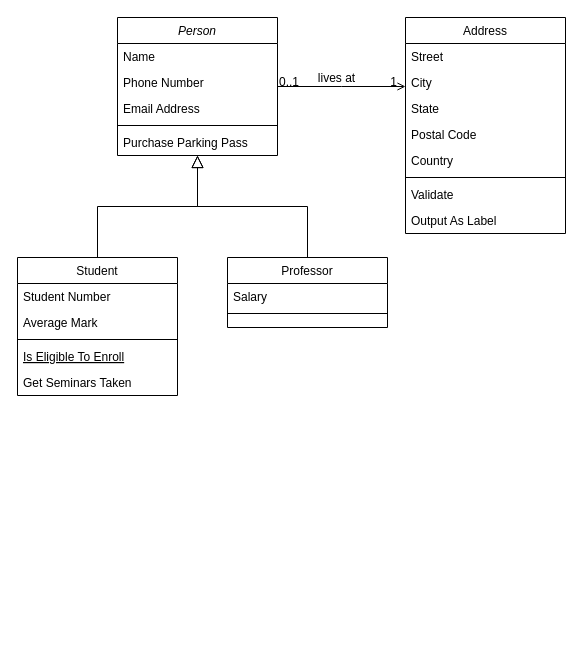
SSWU-light-2021/kiosk_UML keeps this draw.io diagram as 클래스다이어그램.drawio. Above is the earlier version. Source tidied: cells renumbered, new cells numbered last; positions are measured from the earlier drawing's top-left corner, leaving out a move shared by most shapes. Both pictures are drawn from the tidied source at 100%, with x=0, y=0 at pixel (17, 17).
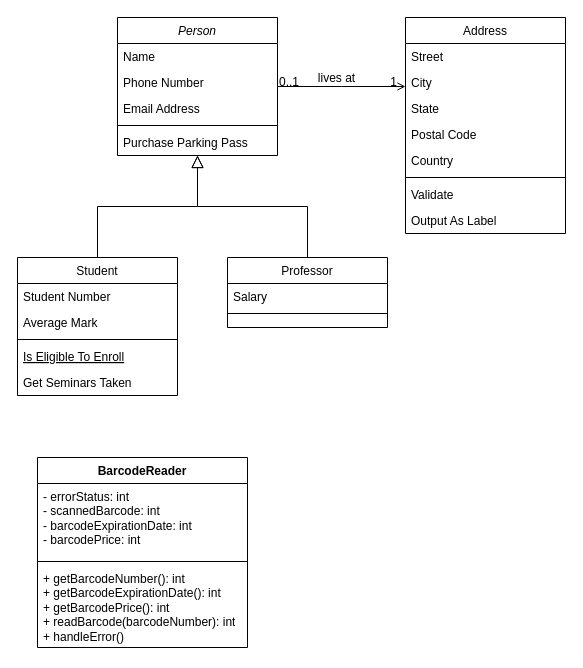
Above is the later version.

Commit message:
클래스다이어그램.drawio 업데이트

Diff of the diagram source:
```diff
@@
+    <mxCell id="32" value="BarcodeReader" style="swimlane;fontStyle=1;align=center;verticalAlign=top;horizontal=1;startSize=26;whiteSpace=wrap;html=1;" parent="1" vertex="1">
+      <mxGeometry x="20" y="440" width="210" height="190" as="geometry" />
+    </mxCell>
+    <mxCell id="33" value="- errorStatus: int&lt;br&gt;- scannedBarcode: int&lt;br&gt;- barcodeExpirationDate: int&lt;br&gt;- barcodePrice: int" style="text;strokeColor=none;fillColor=none;align=left;verticalAlign=top;spacingLeft=4;spacingRight=4;overflow=hidden;whiteSpace=wrap;html=1;" parent="32" vertex="1">
+      <mxGeometry y="26" width="210" height="74" as="geometry" />
+    </mxCell>
+    <mxCell id="34" style="line;strokeWidth=1;fillColor=none;align=left;verticalAlign=middle;spacingTop=-1;spacingLeft=3;spacingRight=3;labelPosition=right;strokeColor=inherit;" parent="32" vertex="1">
+      <mxGeometry y="100" width="210" height="8" as="geometry" />
+    </mxCell>
+    <mxCell id="35" value="+ getBarcodeNumber(): int&lt;br&gt;+ getBarcodeExpirationDate(): int&lt;br&gt;+ getBarcodePrice(): int&lt;br&gt;+ readBarcode(barcodeNumber): int&lt;br&gt;+ handleError()" style="text;strokeColor=none;fillColor=none;align=left;verticalAlign=top;spacingLeft=4;spacingRight=4;overflow=hidden;whiteSpace=wrap;html=1;" parent="32" vertex="1">
+      <mxGeometry y="108" width="210" height="82" as="geometry" />
+    </mxCell>
```
